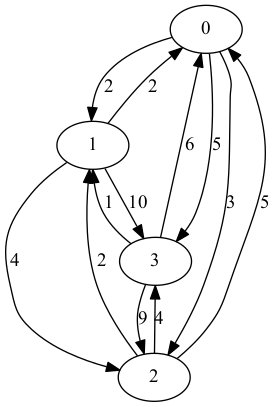
This is tabu-search/figs/tsp_graph.gv.png from STUCOFF/tsp-solver, a Graphviz export, as it was before one commit. Its source is kept beside it as tabu-search/figs/tsp_graph.gv. Source of this version:
```dot
digraph {
		0 -> 1 [label=2]
		0 -> 2 [label=3]
		0 -> 3 [label=5]
		1 -> 0 [label=2]
		1 -> 2 [label=4]
		1 -> 3 [label=10]
		2 -> 0 [label=5]
		2 -> 1 [label=2]
		2 -> 3 [label=4]
		3 -> 0 [label=6]
		3 -> 1 [label=1]
		3 -> 2 [label=9]
}
```
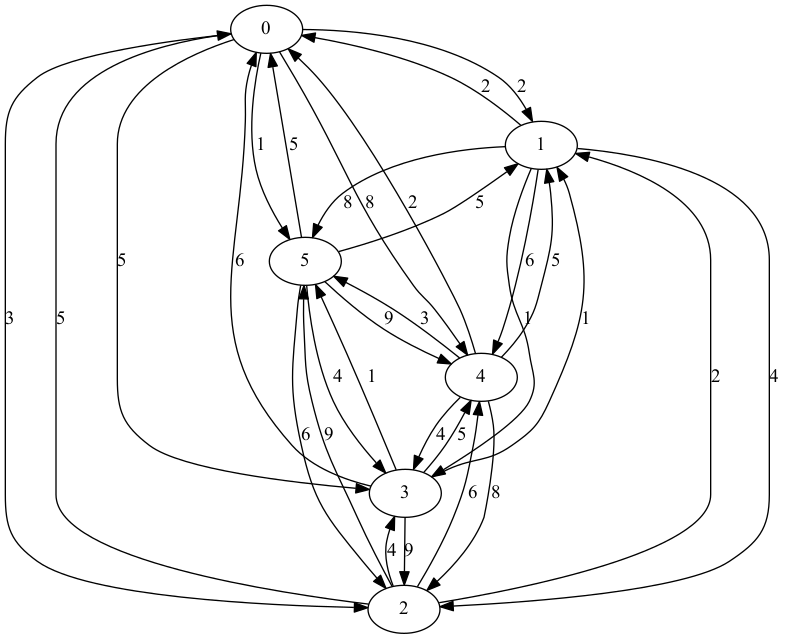
Above is the later version.

Diff of the diagram source:
```diff
@@ -2,13 +2,31 @@
 		0 -> 1 [label=2]
 		0 -> 2 [label=3]
 		0 -> 3 [label=5]
+		0 -> 4 [label=8]
+		0 -> 5 [label=1]
 		1 -> 0 [label=2]
 		1 -> 2 [label=4]
-		1 -> 3 [label=10]
+		1 -> 3 [label=1]
+		1 -> 4 [label=6]
+		1 -> 5 [label=8]
 		2 -> 0 [label=5]
 		2 -> 1 [label=2]
 		2 -> 3 [label=4]
+		2 -> 4 [label=6]
+		2 -> 5 [label=9]
 		3 -> 0 [label=6]
 		3 -> 1 [label=1]
 		3 -> 2 [label=9]
+		3 -> 4 [label=5]
+		3 -> 5 [label=1]
+		4 -> 0 [label=2]
+		4 -> 1 [label=5]
+		4 -> 2 [label=8]
+		4 -> 3 [label=4]
+		4 -> 5 [label=3]
+		5 -> 0 [label=5]
+		5 -> 1 [label=5]
+		5 -> 2 [label=6]
+		5 -> 3 [label=4]
+		5 -> 4 [label=9]
 }
```
